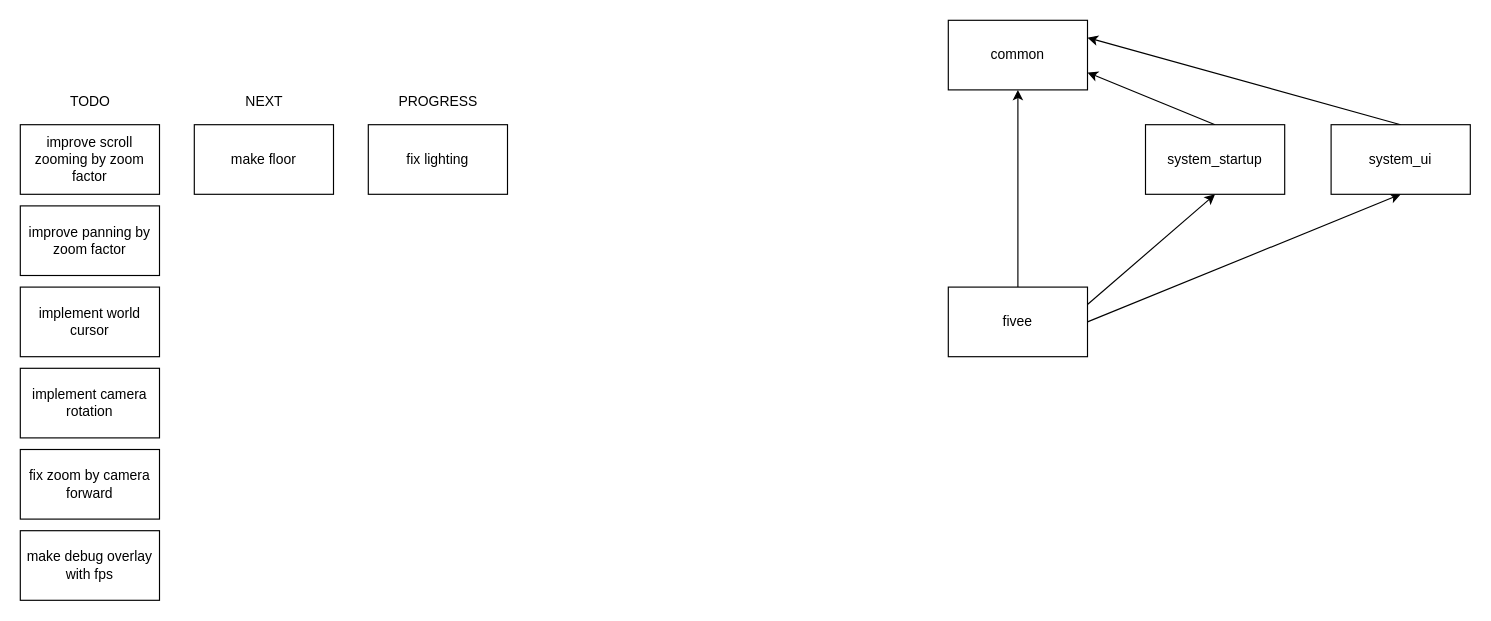
Above: .drawio in horup/fivee (draw.io), before the change. Source tidied: cells renumbered, new cells numbered last; positions are measured from the earlier drawing's top-left corner, leaving out a move shared by most shapes. Both pictures are drawn from the tidied source at 116%, with x=0, y=0 at pixel (20, 20).
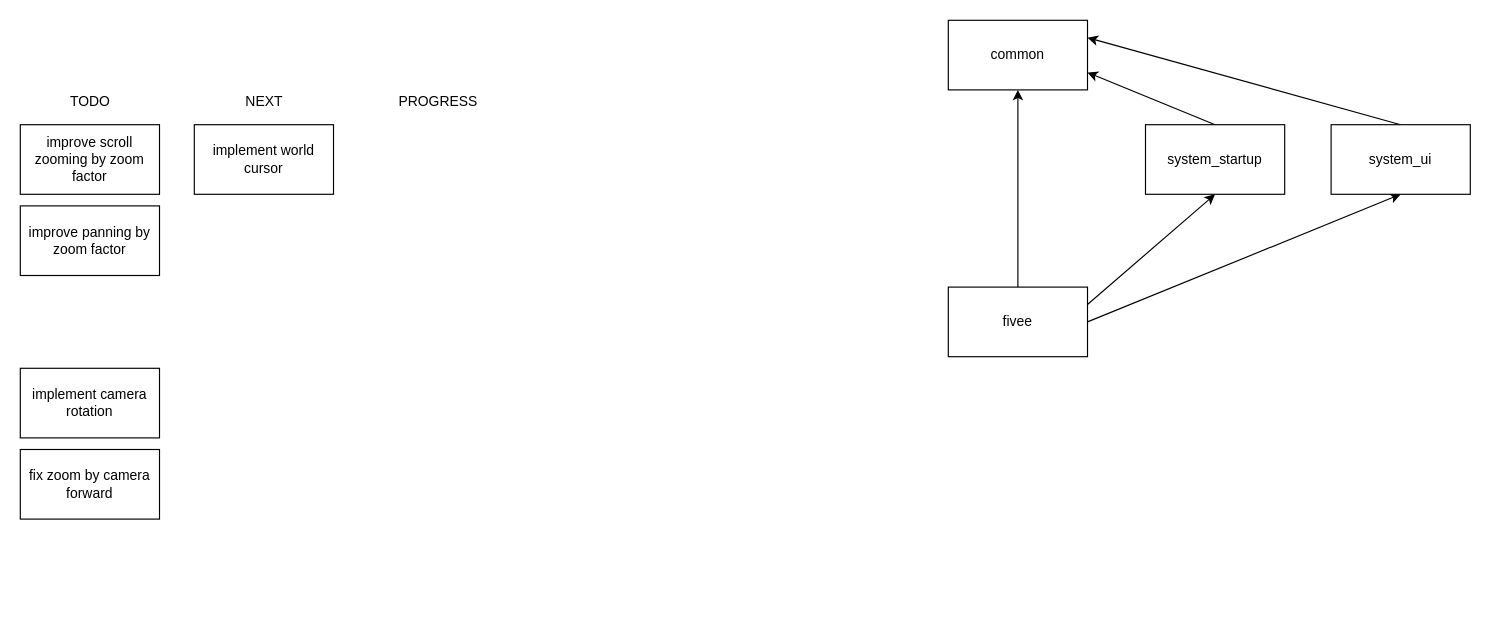
The same page after the edit.

Change to the diagram source:
```diff
@@
     <mxCell id="16" value="implement world cursor" style="rounded=0;whiteSpace=wrap;html=1;" parent="1" vertex="1">
-      <mxGeometry y="230" width="120" height="60" as="geometry" />
+      <mxGeometry x="150" y="90" width="120" height="60" as="geometry" />
     </mxCell>
-    <mxCell id="17" value="fix lighting" style="rounded=0;whiteSpace=wrap;html=1;" parent="1" vertex="1">
-      <mxGeometry x="300" y="90" width="120" height="60" as="geometry" />
-    </mxCell>
-    <mxCell id="18" value="make floor" style="rounded=0;whiteSpace=wrap;html=1;" parent="1" vertex="1">
-      <mxGeometry x="150" y="90" width="120" height="60" as="geometry" />
-    </mxCell>
@@
-    <mxCell id="21" value="make debug overlay with fps" style="rounded=0;whiteSpace=wrap;html=1;" parent="1" vertex="1">
-      <mxGeometry y="440" width="120" height="60" as="geometry" />
-    </mxCell>
```
